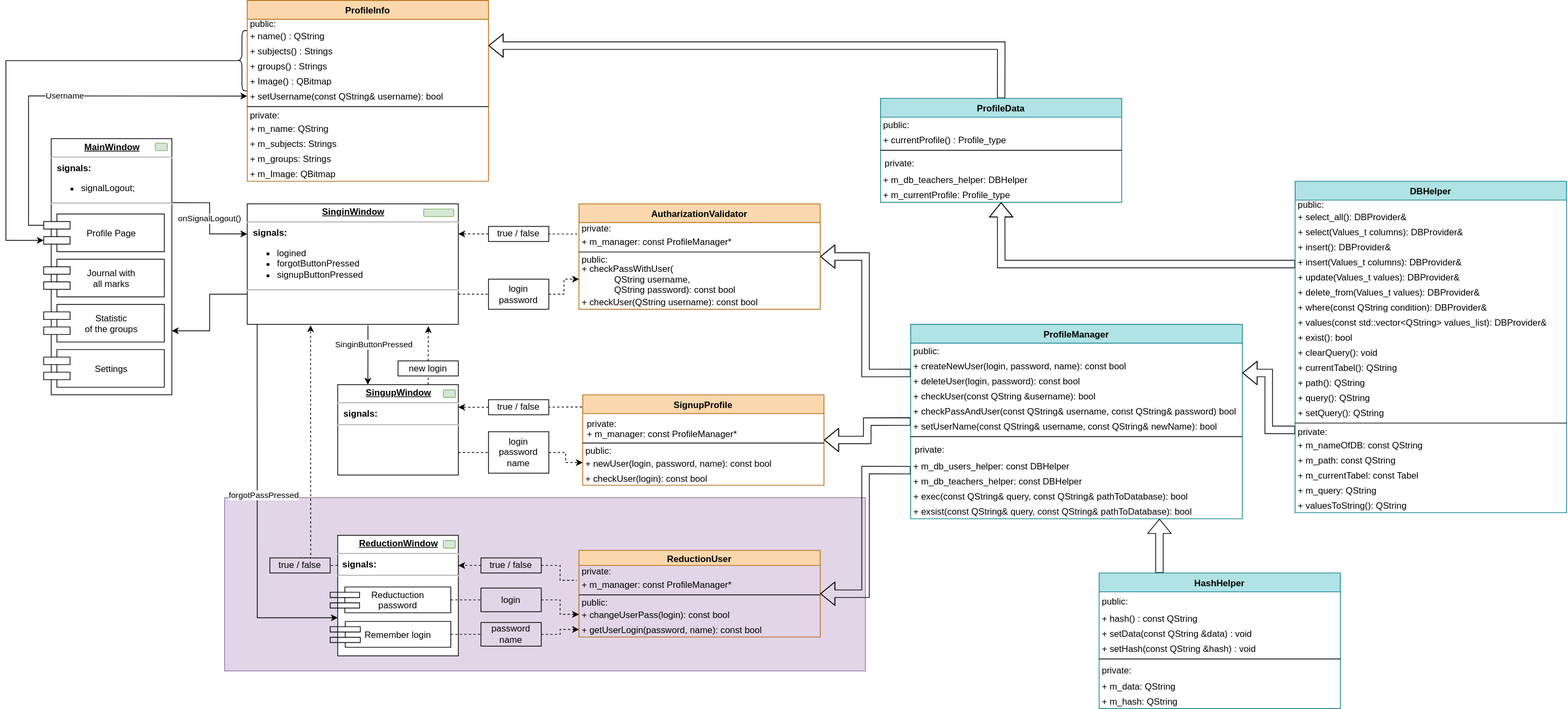
Before: Screenshots/All system.svg, a diagram exported from draw.io (GRPilot/e-journal). Source tidied: cells renumbered, new cells last; positions are measured from the earlier drawing's top-left corner, leaving out a move shared by most shapes.
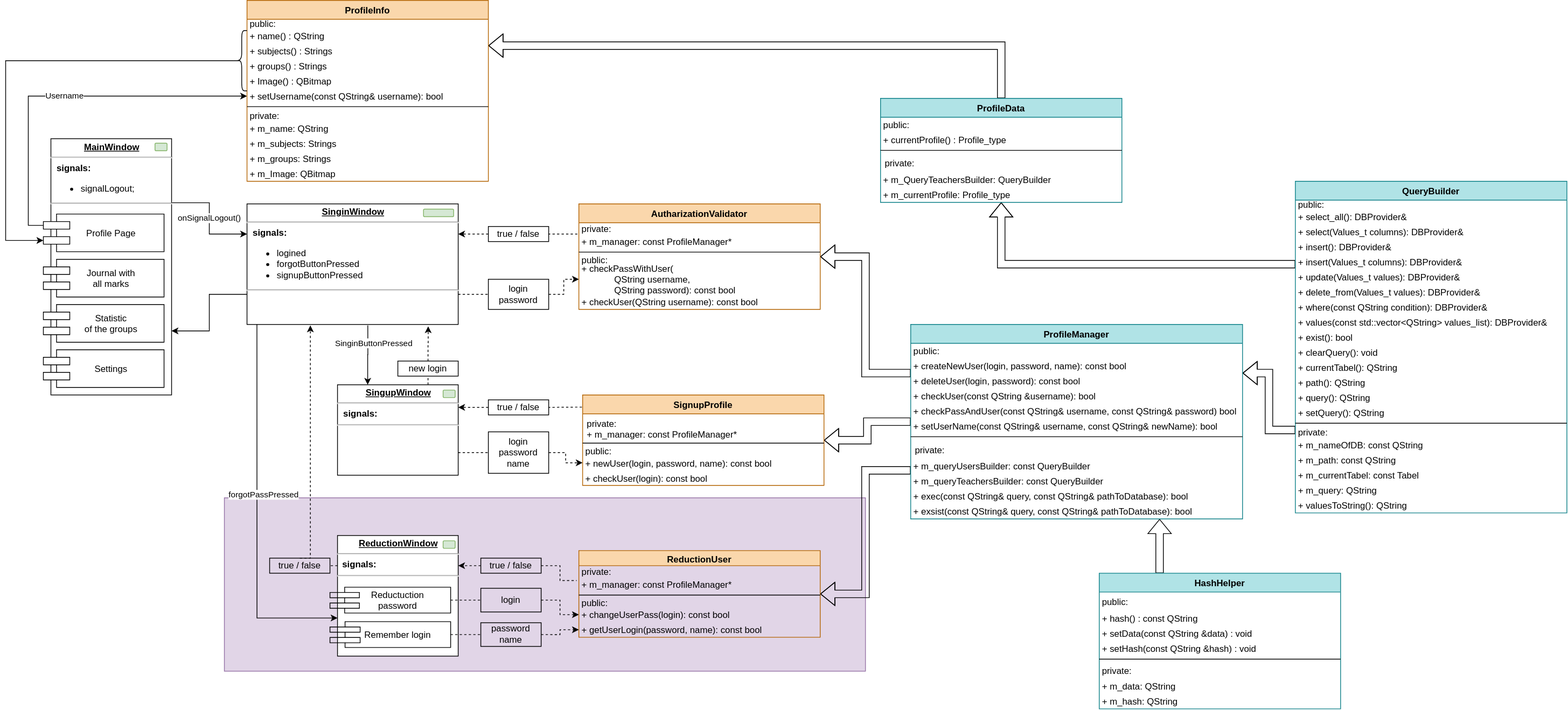
Above is the later version.

Change to the diagram source:
```diff
@@ -279,7 +279,7 @@
     <mxCell id="87" value="private:" style="text;strokeColor=none;fillColor=none;align=left;verticalAlign=top;spacingLeft=4;spacingRight=4;overflow=hidden;fontStyle=0;" parent="83" vertex="1">
       <mxGeometry y="73" width="320" height="25" as="geometry" />
     </mxCell>
-    <mxCell id="88" value="+ m_db_teachers_helper: DBHelper" style="text;strokeColor=none;fillColor=none;align=left;verticalAlign=middle;spacingLeft=4;spacingRight=4;overflow=hidden;spacing=0;" parent="83" vertex="1">
+    <mxCell id="88" value="+ m_QueryTeachersBuilder: QueryBuilder" style="text;strokeColor=none;fillColor=none;align=left;verticalAlign=middle;spacingLeft=4;spacingRight=4;overflow=hidden;spacing=0;" parent="83" vertex="1">
       <mxGeometry y="98" width="320" height="20" as="geometry" />
     </mxCell>
     <mxCell id="89" value="+ m_currentProfile: Profile_type" style="text;strokeColor=none;fillColor=none;align=left;verticalAlign=middle;spacingLeft=4;spacingRight=4;overflow=hidden;spacing=0;" parent="83" vertex="1">
@@ -312,10 +312,10 @@
     <mxCell id="98" value="private:" style="text;strokeColor=none;fillColor=none;align=left;verticalAlign=top;spacingLeft=4;spacingRight=4;overflow=hidden;fontStyle=0;" parent="90" vertex="1">
       <mxGeometry y="153" width="440" height="25" as="geometry" />
     </mxCell>
-    <mxCell id="99" value="+ m_db_users_helper: const DBHelper" style="text;strokeColor=none;fillColor=none;align=left;verticalAlign=middle;spacingLeft=4;spacingRight=4;overflow=hidden;spacing=0;" parent="90" vertex="1">
+    <mxCell id="99" value="+ m_queryUsersBuilder: const QueryBuilder" style="text;strokeColor=none;fillColor=none;align=left;verticalAlign=middle;spacingLeft=4;spacingRight=4;overflow=hidden;spacing=0;fontStyle=0;" parent="90" vertex="1">
       <mxGeometry y="178" width="440" height="20" as="geometry" />
     </mxCell>
-    <mxCell id="100" value="+ m_db_teachers_helper: const DBHelper" style="text;strokeColor=none;fillColor=none;align=left;verticalAlign=middle;spacingLeft=4;spacingRight=4;overflow=hidden;spacing=0;" parent="90" vertex="1">
+    <mxCell id="100" value="+ m_queryTeachersBuilder: const QueryBuilder" style="text;strokeColor=none;fillColor=none;align=left;verticalAlign=middle;spacingLeft=4;spacingRight=4;overflow=hidden;spacing=0;" parent="90" vertex="1">
       <mxGeometry y="198" width="440" height="20" as="geometry" />
     </mxCell>
     <mxCell id="101" value="+ exec(const QString&amp; query, const QString&amp; pathToDatabase): bool" style="text;strokeColor=none;fillColor=none;align=left;verticalAlign=middle;spacingLeft=4;spacingRight=4;overflow=hidden;spacing=0;fontStyle=0;" parent="90" vertex="1">
@@ -351,7 +351,7 @@
     <mxCell id="111" value="+ m_hash: QString" style="text;strokeColor=none;fillColor=none;align=left;verticalAlign=middle;spacingLeft=4;spacingRight=4;overflow=hidden;spacing=0;" parent="103" vertex="1">
       <mxGeometry y="160" width="320" height="20" as="geometry" />
     </mxCell>
-    <mxCell id="112" value="DBHelper" style="swimlane;fontStyle=1;align=center;verticalAlign=top;horizontal=1;startSize=25;fillColor=#b0e3e6;strokeColor=#0e8088;" parent="1" vertex="1">
+    <mxCell id="112" value="QueryBuilder" style="swimlane;fontStyle=1;align=center;verticalAlign=top;horizontal=1;startSize=25;fillColor=#b0e3e6;strokeColor=#0e8088;" parent="1" vertex="1">
       <mxGeometry x="1710" y="240" width="360" height="440" as="geometry" />
     </mxCell>
     <mxCell id="113" value="public:" style="text;strokeColor=none;fillColor=none;align=left;verticalAlign=middle;spacingLeft=4;spacingRight=4;overflow=hidden;spacing=0;" parent="112" vertex="1">
```
